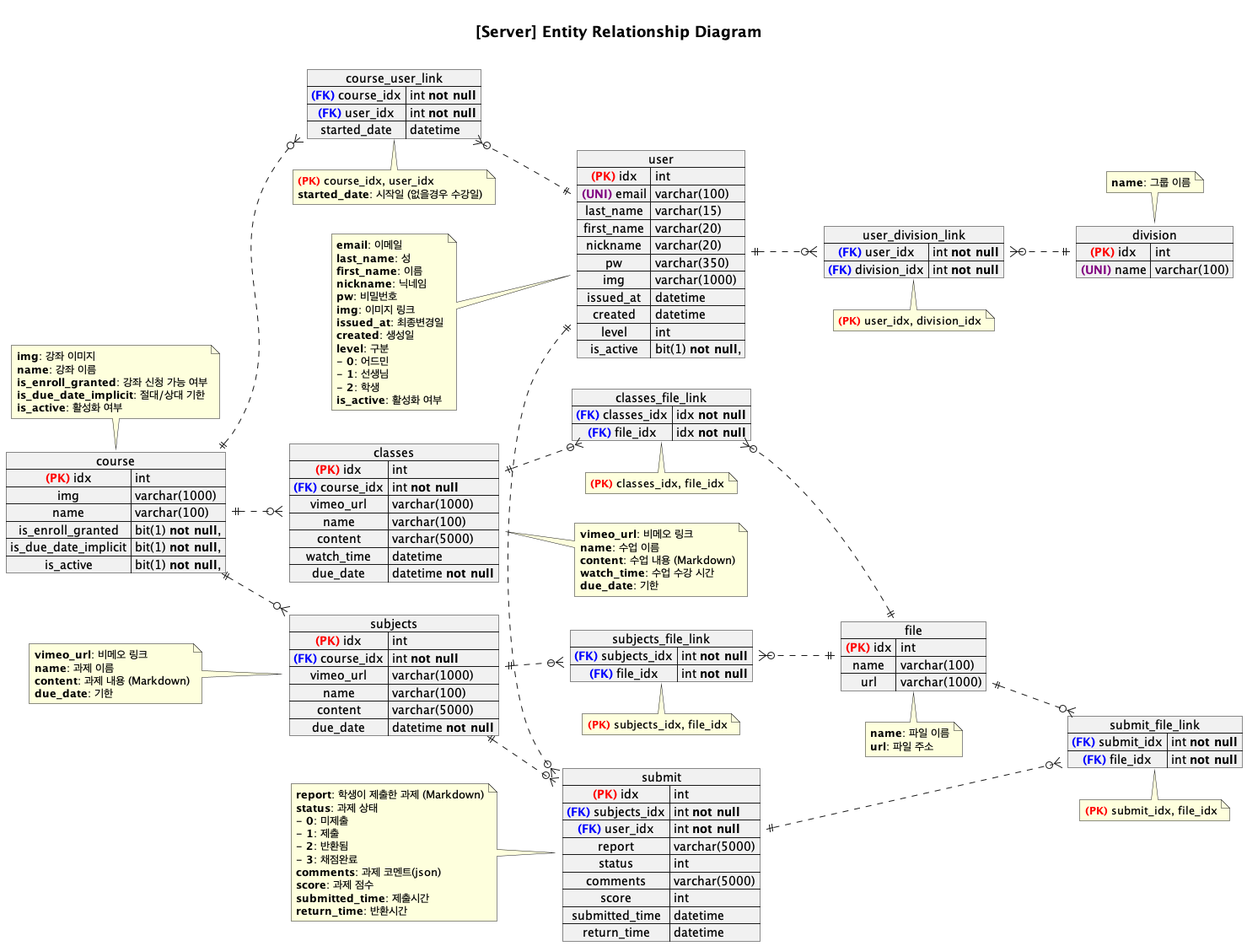
DokySp/project-emt keeps this PlantUML diagram as design/erd.png. Above is the earlier version.
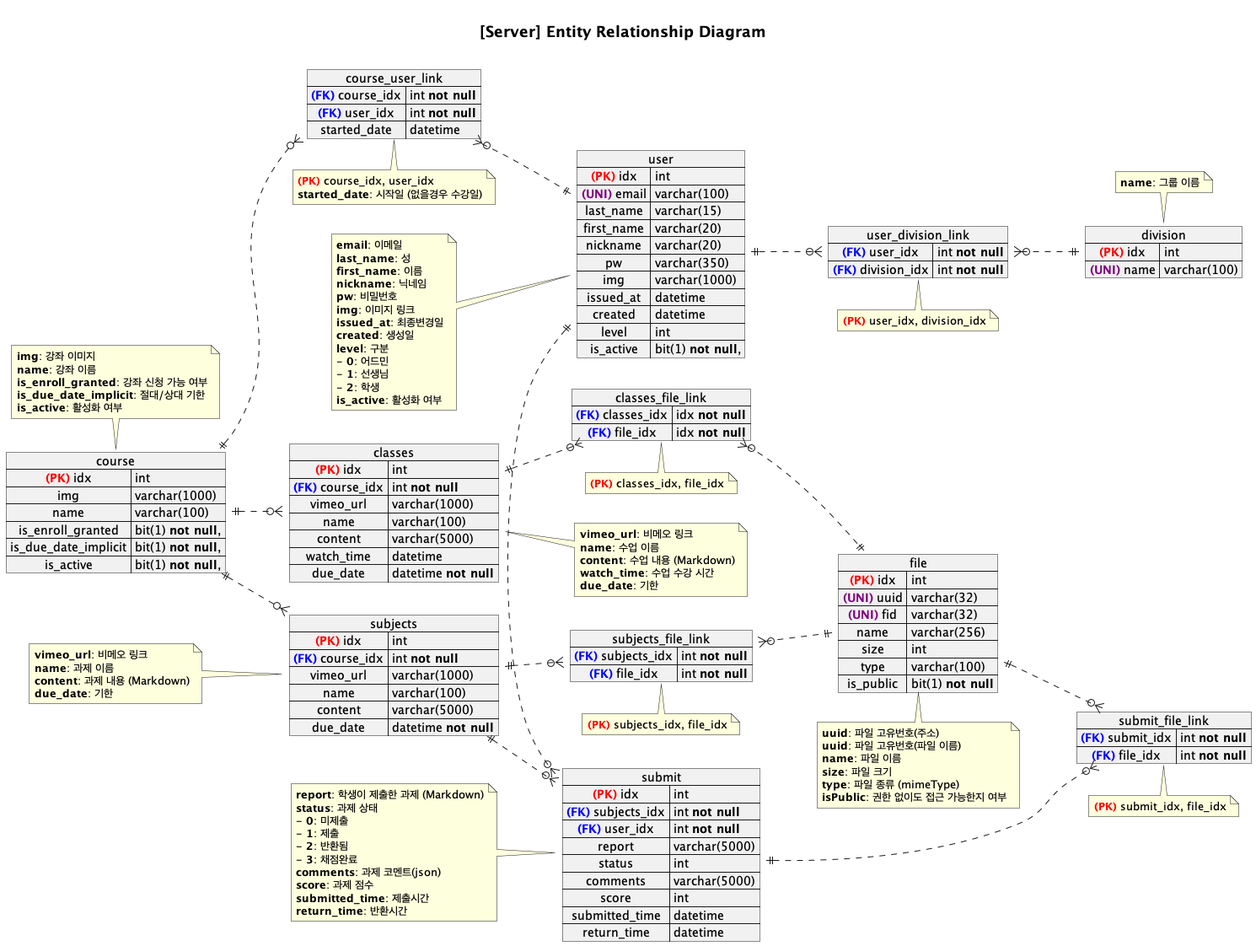
Later version of the same file.

What changed in the source:
```diff
@@ -53,14 +53,16 @@
 }
 note left: **report**: 학생이 제출한 과제 (Markdown)\n**status**: 과제 상태\n- **0**: 미제출\n- **1**: 제출\n- **2**: 반환됨\n- **3**: 채점완료\n**comments**: 과제 코멘트(json)\n**score**: 과제 점수\n**submitted_time**: 제출시간\n**return_time**: 반환시간
 
-
 map file {
   <color:red>**(PK)**</color> idx => int
-  name => varchar(100)
-  url => varchar(1000)
+  <color:purple>**(UNI)**</color> uuid => varchar(32)
+  <color:purple>**(UNI)**</color> fid => varchar(32)
+  name => varchar(256)
+  size => int
+  type => varchar(100)
+  is_public => bit(1) **not null**
 }
-note bottom: **name**: 파일 이름\n**url**: 파일 주소
-
+note bottom: **uuid**: 파일 고유번호(주소)\n**uuid**: 파일 고유번호(파일 이름)\n**name**: 파일 이름\n**size**: 파일 크기\n**type**: 파일 종류 (mimeType)\n**isPublic**: 권한 없이도 접근 가능한지 여부
 
 map user {
   <color:red>**(PK)**</color> idx => int
```
